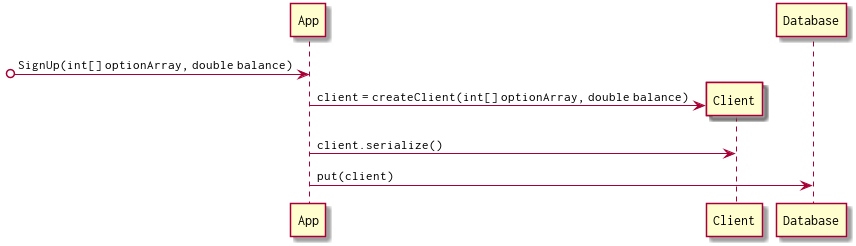
Earlier version of the PlantUML export Diagrams/registerClient.png (TwanSchoonen/Networking2018).
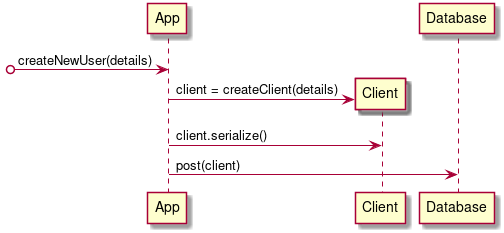
Above is the later version.

Diff of the diagram source:
```diff
@@ -1,7 +1,7 @@
 @startuml
-[o->App : SignUp(int[] optionArray, double balance)
+[o->App : createNewUser(details)
 create "Client"
-App -> Client : client = createClient(int[] optionArray, double balance)
+App -> Client : client = createClient(details)
 App -> Client : client.serialize()
-App -> Database : put(client)
+App -> Database : post(client)
 @enduml
```
